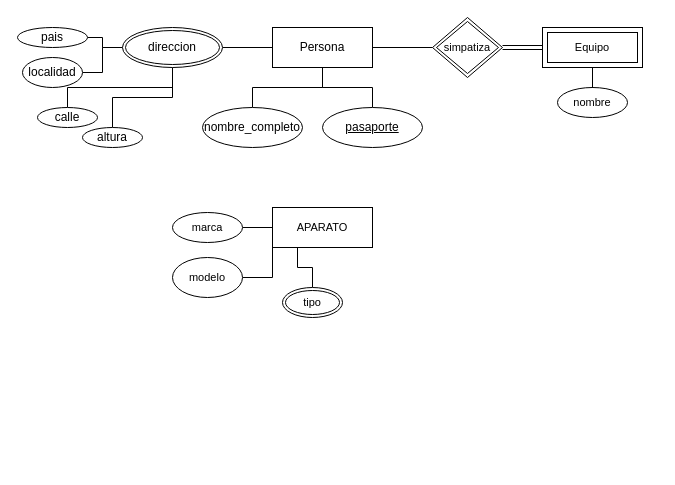
This is Diagrama sin título.drawio from agusitna/bdd, a draw.io file, before an edit. Source tidied: cells renumbered, new cells numbered last; positions are measured from the earlier drawing's top-left corner, leaving out a move shared by most shapes. Both pictures are drawn from the tidied source at 100%, with x=0, y=0 at pixel (17, 17).
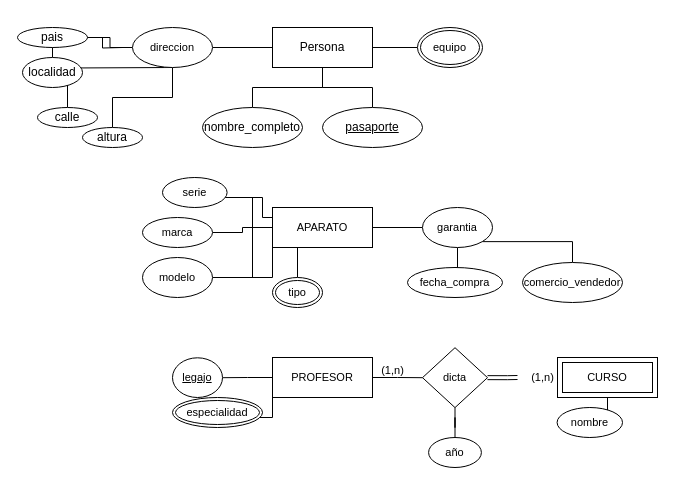
After the change.

The change refers to these unchanged cells:
```xml
<mxCell id="5" value="Persona" style="whiteSpace=wrap;html=1;align=center;" parent="1" vertex="1">
  <mxGeometry x="255" y="10" width="100" height="40" as="geometry" />
</mxCell>
<mxCell id="14" value="calle" style="ellipse;whiteSpace=wrap;html=1;align=center;" parent="1" vertex="1">
  <mxGeometry x="20" y="90" width="60" height="20" as="geometry" />
</mxCell>
<mxCell id="15" value="altura" style="ellipse;whiteSpace=wrap;html=1;align=center;" parent="1" vertex="1">
  <mxGeometry x="65" y="110" width="60" height="20" as="geometry" />
</mxCell>
<mxCell id="16" value="localidad" style="ellipse;whiteSpace=wrap;html=1;align=center;" parent="1" vertex="1">
  <mxGeometry x="5" y="40" width="60" height="30" as="geometry" />
</mxCell>
<mxCell id="17" value="pais" style="ellipse;whiteSpace=wrap;html=1;align=center;" parent="1" vertex="1">
  <mxGeometry y="10" width="70" height="20" as="geometry" />
</mxCell>
<mxCell id="26" value="APARATO" style="whiteSpace=wrap;html=1;align=center;fontFamily=Helvetica;fontSize=11;fontColor=default;" parent="1" vertex="1">
  <mxGeometry x="255" y="190" width="100" height="40" as="geometry" />
</mxCell>
```

Diff of the diagram source:
```diff
@@
-    <mxCell id="4" style="edgeStyle=orthogonalEdgeStyle;rounded=0;jettySize=auto;html=1;endArrow=none;endFill=0;entryX=0;entryY=0.5;entryDx=0;entryDy=0;exitX=1;exitY=0.5;exitDx=0;exitDy=0;" parent="1" edge="1" source="5" target="20">
+    <mxCell id="4" style="edgeStyle=orthogonalEdgeStyle;rounded=0;jettySize=auto;html=1;endArrow=none;endFill=0;entryX=0;entryY=0.5;entryDx=0;entryDy=0;exitX=1;exitY=0.5;exitDx=0;exitDy=0;" parent="1" edge="1" source="5" target="54">
       <mxGeometry relative="1" as="geometry" />
     </mxCell>
@@
-    <mxCell id="9" style="edgeStyle=orthogonalEdgeStyle;rounded=0;jettySize=auto;html=1;exitX=0.5;exitY=1;exitDx=0;exitDy=0;endArrow=none;endFill=0;" parent="1" edge="1" source="13" target="14">
-      <mxGeometry relative="1" as="geometry" />
+    <mxCell id="9" style="edgeStyle=orthogonalEdgeStyle;rounded=0;jettySize=auto;html=1;exitX=0.5;exitY=1;exitDx=0;exitDy=0;endArrow=none;endFill=0;" parent="1" edge="1" target="14">
+      <mxGeometry relative="1" as="geometry">
+        <mxPoint x="155" y="50" as="sourcePoint" />
+      </mxGeometry>
     </mxCell>
-    <mxCell id="10" style="edgeStyle=orthogonalEdgeStyle;rounded=0;jettySize=auto;html=1;endArrow=none;endFill=0;" parent="1" edge="1" source="13" target="15">
+    <mxCell id="10" style="edgeStyle=orthogonalEdgeStyle;rounded=0;jettySize=auto;html=1;endArrow=none;endFill=0;exitX=0.5;exitY=1;exitDx=0;exitDy=0;" parent="1" edge="1" source="13" target="15">
       <mxGeometry relative="1" as="geometry" />
     </mxCell>
-    <mxCell id="11" style="edgeStyle=orthogonalEdgeStyle;rounded=0;jettySize=auto;html=1;endArrow=none;endFill=0;" parent="1" edge="1" source="13" target="16">
-      <mxGeometry relative="1" as="geometry" />
+    <mxCell id="11" style="edgeStyle=orthogonalEdgeStyle;rounded=0;jettySize=auto;html=1;endArrow=none;endFill=0;" parent="1" edge="1" target="16">
+      <mxGeometry relative="1" as="geometry">
+        <mxPoint x="105" y="30" as="sourcePoint" />
+      </mxGeometry>
     </mxCell>
-    <mxCell id="12" style="edgeStyle=orthogonalEdgeStyle;rounded=0;jettySize=auto;html=1;endArrow=none;endFill=0;" parent="1" edge="1" source="13" target="17">
+    <mxCell id="12" style="edgeStyle=orthogonalEdgeStyle;rounded=0;jettySize=auto;html=1;endArrow=none;endFill=0;exitX=0;exitY=0.5;exitDx=0;exitDy=0;" parent="1" edge="1" source="13" target="17">
       <mxGeometry relative="1" as="geometry" />
     </mxCell>
-    <mxCell id="13" value="direccion&lt;br&gt;" style="ellipse;shape=doubleEllipse;margin=3;whiteSpace=wrap;html=1;align=center;" parent="1" vertex="1">
-      <mxGeometry x="105" y="10" width="100" height="40" as="geometry" />
-    </mxCell>
@@
-    <mxCell id="18" value="nombre" style="ellipse;whiteSpace=wrap;html=1;align=center;fontFamily=Helvetica;fontSize=11;fontColor=default;" parent="1" vertex="1">
-      <mxGeometry x="540" y="70" width="70" height="30" as="geometry" />
-    </mxCell>
-    <mxCell id="19" style="edgeStyle=orthogonalEdgeStyle;shape=link;rounded=0;jettySize=auto;html=1;exitX=1;exitY=0.5;exitDx=0;exitDy=0;entryX=0;entryY=0.5;entryDx=0;entryDy=0;labelBackgroundColor=default;strokeColor=default;fontFamily=Helvetica;fontSize=11;fontColor=default;endArrow=none;endFill=0;" parent="1" edge="1" source="20" target="22">
-      <mxGeometry relative="1" as="geometry" />
-    </mxCell>
-    <mxCell id="20" value="simpatiza" style="shape=rhombus;double=1;perimeter=rhombusPerimeter;whiteSpace=wrap;html=1;align=center;fontFamily=Helvetica;fontSize=11;fontColor=default;" parent="1" vertex="1">
-      <mxGeometry x="415" width="70" height="60" as="geometry" />
-    </mxCell>
-    <mxCell id="21" style="edgeStyle=orthogonalEdgeStyle;shape=connector;rounded=0;jettySize=auto;html=1;entryX=0.5;entryY=0;entryDx=0;entryDy=0;labelBackgroundColor=default;strokeColor=default;fontFamily=Helvetica;fontSize=11;fontColor=default;endArrow=none;endFill=0;" parent="1" edge="1" source="22" target="18">
-      <mxGeometry relative="1" as="geometry" />
-    </mxCell>
-    <mxCell id="22" value="Equipo" style="shape=ext;margin=3;double=1;whiteSpace=wrap;html=1;align=center;fontFamily=Helvetica;fontSize=11;fontColor=default;" parent="1" vertex="1">
-      <mxGeometry x="525" y="10" width="100" height="40" as="geometry" />
-    </mxCell>
@@
+    <mxCell id="30" style="edgeStyle=orthogonalEdgeStyle;shape=connector;rounded=0;jettySize=auto;html=1;exitX=0.75;exitY=1;exitDx=0;exitDy=0;labelBackgroundColor=default;strokeColor=default;fontFamily=Helvetica;fontSize=11;fontColor=default;endArrow=none;endFill=0;" parent="1" edge="1" source="26" target="32">
+      <mxGeometry relative="1" as="geometry">
+        <Array as="points">
+          <mxPoint x="330" y="200" />
+          <mxPoint x="245" y="200" />
+          <mxPoint x="245" y="180" />
+        </Array>
+      </mxGeometry>
+    </mxCell>
+    <mxCell id="31" style="edgeStyle=orthogonalEdgeStyle;shape=connector;rounded=0;jettySize=auto;html=1;exitX=1;exitY=0.5;exitDx=0;exitDy=0;labelBackgroundColor=default;strokeColor=default;fontFamily=Helvetica;fontSize=11;fontColor=default;endArrow=none;endFill=0;" parent="1" edge="1" source="26" target="36">
+      <mxGeometry relative="1" as="geometry" />
+    </mxCell>
@@
     <mxCell id="27" value="marca&lt;br&gt;" style="ellipse;whiteSpace=wrap;html=1;align=center;fontFamily=Helvetica;fontSize=11;fontColor=default;" parent="1" vertex="1">
-      <mxGeometry x="155" y="195" width="70" height="30" as="geometry" />
+      <mxGeometry x="125" y="200" width="70" height="30" as="geometry" />
     </mxCell>
     <mxCell id="28" value="modelo&lt;br&gt;" style="ellipse;whiteSpace=wrap;html=1;align=center;fontFamily=Helvetica;fontSize=11;fontColor=default;" parent="1" vertex="1">
-      <mxGeometry x="155" y="240" width="70" height="40" as="geometry" />
+      <mxGeometry x="125" y="240" width="70" height="40" as="geometry" />
     </mxCell>
     <mxCell id="29" value="tipo" style="ellipse;shape=doubleEllipse;margin=3;whiteSpace=wrap;html=1;align=center;fontFamily=Helvetica;fontSize=11;fontColor=default;" parent="1" vertex="1">
-      <mxGeometry x="265" y="270" width="60" height="30" as="geometry" />
+      <mxGeometry x="255" y="260" width="50" height="30" as="geometry" />
     </mxCell>
+    <mxCell id="13" value="direccion" style="ellipse;whiteSpace=wrap;html=1;align=center;fontFamily=Helvetica;fontSize=11;fontColor=default;" parent="1" vertex="1">
+      <mxGeometry x="115" y="10" width="80" height="40" as="geometry" />
+    </mxCell>
+    <mxCell id="32" value="serie" style="ellipse;whiteSpace=wrap;html=1;align=center;fontFamily=Helvetica;fontSize=11;fontColor=default;" parent="1" vertex="1">
+      <mxGeometry x="145" y="160" width="64.6" height="30" as="geometry" />
+    </mxCell>
+    <mxCell id="33" style="edgeStyle=none;orthogonalLoop=1;jettySize=auto;html=1;rounded=0;labelBackgroundColor=default;strokeColor=default;fontFamily=Helvetica;fontSize=11;fontColor=default;endArrow=none;endFill=0;shape=connector;" parent="1" edge="1">
+      <mxGeometry relative="1" as="geometry">
+        <mxPoint x="235" y="180" as="sourcePoint" />
+        <mxPoint x="235" y="260" as="targetPoint" />
+      </mxGeometry>
+    </mxCell>
+    <mxCell id="34" style="edgeStyle=orthogonalEdgeStyle;shape=connector;rounded=0;jettySize=auto;html=1;labelBackgroundColor=default;strokeColor=default;fontFamily=Helvetica;fontSize=11;fontColor=default;endArrow=none;endFill=0;" parent="1" edge="1" source="36" target="37">
+      <mxGeometry relative="1" as="geometry" />
+    </mxCell>
+    <mxCell id="35" style="edgeStyle=orthogonalEdgeStyle;shape=connector;rounded=0;jettySize=auto;html=1;exitX=1;exitY=1;exitDx=0;exitDy=0;labelBackgroundColor=default;strokeColor=default;fontFamily=Helvetica;fontSize=11;fontColor=default;endArrow=none;endFill=0;" parent="1" edge="1" source="36" target="38">
+      <mxGeometry relative="1" as="geometry" />
+    </mxCell>
+    <mxCell id="36" value="garantia" style="ellipse;whiteSpace=wrap;html=1;align=center;fontFamily=Helvetica;fontSize=11;fontColor=default;" parent="1" vertex="1">
+      <mxGeometry x="405" y="190" width="70" height="40" as="geometry" />
+    </mxCell>
+    <mxCell id="37" value="fecha_compra" style="ellipse;whiteSpace=wrap;html=1;align=center;fontFamily=Helvetica;fontSize=11;fontColor=default;" parent="1" vertex="1">
+      <mxGeometry x="390" y="250" width="95" height="30" as="geometry" />
+    </mxCell>
+    <mxCell id="38" value="comercio_vendedor" style="ellipse;whiteSpace=wrap;html=1;align=center;fontFamily=Helvetica;fontSize=11;fontColor=default;" parent="1" vertex="1">
+      <mxGeometry x="505" y="245" width="100" height="40" as="geometry" />
+    </mxCell>
+    <mxCell id="39" style="edgeStyle=orthogonalEdgeStyle;shape=connector;rounded=0;jettySize=auto;html=1;exitX=0;exitY=0.5;exitDx=0;exitDy=0;labelBackgroundColor=default;strokeColor=default;fontFamily=Helvetica;fontSize=11;fontColor=default;endArrow=none;endFill=0;" parent="1" edge="1" source="42" target="43">
+      <mxGeometry relative="1" as="geometry" />
+    </mxCell>
+    <mxCell id="40" style="edgeStyle=orthogonalEdgeStyle;shape=connector;rounded=0;jettySize=auto;html=1;exitX=0;exitY=1;exitDx=0;exitDy=0;labelBackgroundColor=default;strokeColor=default;fontFamily=Helvetica;fontSize=11;fontColor=default;endArrow=none;endFill=0;" parent="1" edge="1" source="42" target="44">
+      <mxGeometry relative="1" as="geometry" />
+    </mxCell>
+    <mxCell id="41" style="edgeStyle=orthogonalEdgeStyle;shape=connector;rounded=0;jettySize=auto;html=1;exitX=1;exitY=0.5;exitDx=0;exitDy=0;labelBackgroundColor=default;strokeColor=default;fontFamily=Helvetica;fontSize=11;fontColor=default;endArrow=none;endFill=0;" parent="1" edge="1" source="42" target="47">
+      <mxGeometry relative="1" as="geometry" />
+    </mxCell>
+    <mxCell id="42" value="PROFESOR" style="whiteSpace=wrap;html=1;align=center;fontFamily=Helvetica;fontSize=11;fontColor=default;" parent="1" vertex="1">
+      <mxGeometry x="255" y="340" width="100" height="40" as="geometry" />
+    </mxCell>
+    <mxCell id="43" value="legajo" style="ellipse;whiteSpace=wrap;html=1;align=center;fontStyle=4;fontFamily=Helvetica;fontSize=11;fontColor=default;" parent="1" vertex="1">
+      <mxGeometry x="155" y="340.3" width="50" height="39.7" as="geometry" />
+    </mxCell>
+    <mxCell id="44" value="especialidad" style="ellipse;shape=doubleEllipse;margin=3;whiteSpace=wrap;html=1;align=center;fontFamily=Helvetica;fontSize=11;fontColor=default;" parent="1" vertex="1">
+      <mxGeometry x="155" y="380" width="90" height="30" as="geometry" />
+    </mxCell>
+    <mxCell id="45" style="edgeStyle=orthogonalEdgeStyle;shape=link;rounded=0;jettySize=auto;html=1;exitX=1;exitY=0.5;exitDx=0;exitDy=0;labelBackgroundColor=default;strokeColor=default;fontFamily=Helvetica;fontSize=11;fontColor=default;endArrow=none;endFill=0;" parent="1" edge="1" source="52">
+      <mxGeometry relative="1" as="geometry">
+        <mxPoint x="545" y="360.2" as="targetPoint" />
+      </mxGeometry>
+    </mxCell>
+    <mxCell id="46" style="edgeStyle=orthogonalEdgeStyle;shape=connector;rounded=0;jettySize=auto;html=1;exitX=0.5;exitY=1;exitDx=0;exitDy=0;labelBackgroundColor=default;strokeColor=default;fontFamily=Helvetica;fontSize=11;fontColor=default;endArrow=none;endFill=0;" parent="1" edge="1" source="47" target="50">
+      <mxGeometry relative="1" as="geometry" />
+    </mxCell>
+    <mxCell id="47" value="dicta" style="shape=rhombus;perimeter=rhombusPerimeter;whiteSpace=wrap;html=1;align=center;fontFamily=Helvetica;fontSize=11;fontColor=default;" parent="1" vertex="1">
+      <mxGeometry x="405" y="330.2" width="65" height="59.9" as="geometry" />
+    </mxCell>
+    <mxCell id="48" style="edgeStyle=orthogonalEdgeStyle;shape=connector;rounded=0;jettySize=auto;html=1;exitX=0.5;exitY=1;exitDx=0;exitDy=0;labelBackgroundColor=default;strokeColor=default;fontFamily=Helvetica;fontSize=11;fontColor=default;endArrow=none;endFill=0;" parent="1" edge="1" source="49" target="18">
+      <mxGeometry relative="1" as="geometry" />
+    </mxCell>
+    <mxCell id="49" value="CURSO" style="shape=ext;margin=3;double=1;whiteSpace=wrap;html=1;align=center;fontFamily=Helvetica;fontSize=11;fontColor=default;" parent="1" vertex="1">
+      <mxGeometry x="540" y="340" width="100" height="40" as="geometry" />
+    </mxCell>
+    <mxCell id="18" value="nombre" style="ellipse;whiteSpace=wrap;html=1;align=center;fontFamily=Helvetica;fontSize=11;fontColor=default;" parent="1" vertex="1">
+      <mxGeometry x="539.6" y="390" width="65.4" height="30" as="geometry" />
+    </mxCell>
+    <mxCell id="50" value="año" style="ellipse;whiteSpace=wrap;html=1;align=center;fontFamily=Helvetica;fontSize=11;fontColor=default;" parent="1" vertex="1">
+      <mxGeometry x="411.1" y="420" width="52.8" height="30" as="geometry" />
+    </mxCell>
+    <mxCell id="51" style="edgeStyle=orthogonalEdgeStyle;shape=link;rounded=0;jettySize=auto;html=1;exitX=1;exitY=0.5;exitDx=0;exitDy=0;labelBackgroundColor=default;strokeColor=default;fontFamily=Helvetica;fontSize=11;fontColor=default;endArrow=none;endFill=0;" parent="1" edge="1" source="47" target="52">
+      <mxGeometry relative="1" as="geometry" />
+    </mxCell>
+    <mxCell id="52" value="(1,n)" style="text;html=1;align=center;verticalAlign=middle;points=[];strokeColor=none;fillColor=none;fontSize=11;fontFamily=Helvetica;fontColor=default;" parent="1" vertex="1">
+      <mxGeometry x="500" y="345" width="50" height="30" as="geometry" />
+    </mxCell>
+    <mxCell id="53" value="(1,n)&lt;br&gt;" style="text;html=1;align=center;verticalAlign=middle;strokeColor=none;fillColor=none;fontSize=11;fontFamily=Helvetica;fontColor=default;" parent="1" vertex="1">
+      <mxGeometry x="350" y="338" width="50" height="30" as="geometry" />
+    </mxCell>
+    <mxCell id="54" value="equipo" style="ellipse;shape=doubleEllipse;margin=3;whiteSpace=wrap;html=1;align=center;fontFamily=Helvetica;fontSize=11;fontColor=default;" parent="1" vertex="1">
+      <mxGeometry x="400" y="10" width="65" height="40" as="geometry" />
+    </mxCell>
```
